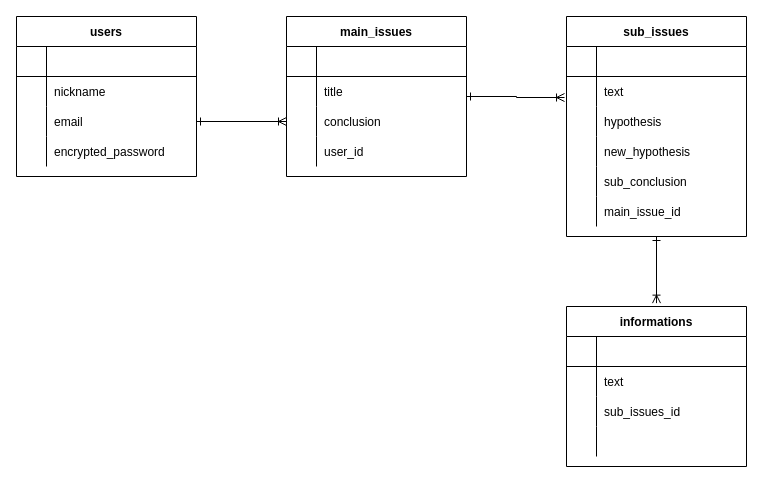
Above: ER.dio in omokun/problem_solving_app (draw.io), before the change. Source tidied: cells renumbered, new cells numbered last; positions are measured from the earlier drawing's top-left corner, leaving out a move shared by most shapes. Both pictures are drawn from the tidied source at 100%, with x=0, y=0 at pixel (16, 16).
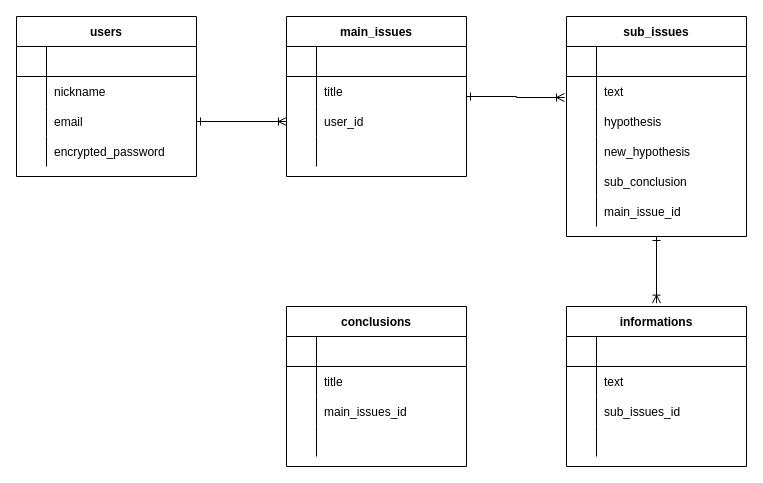
After the change.

The change refers to these unchanged cells:
```xml
<mxCell id="23" style="shape=partialRectangle;fillColor=none;top=0;left=0;bottom=0;right=0;points=[[0,0.5],[1,0.5]];portConstraint=eastwest;" parent="16" vertex="1">
  <mxGeometry y="90" width="180" height="30" as="geometry" />
</mxCell>
<mxCell id="26" style="shape=partialRectangle;fillColor=none;top=0;left=0;bottom=0;right=0;" parent="16" vertex="1">
  <mxGeometry y="120" width="180" height="30" as="geometry" />
</mxCell>
```

Diff of the diagram source:
```diff
@@
-    <mxCell id="25" value="conclusion" style="shape=partialRectangle;fillColor=none;top=0;left=0;bottom=0;right=0;align=left;spacingLeft=6;overflow=hidden;" parent="23" vertex="1">
+    <mxCell id="25" value="user_id" style="shape=partialRectangle;fillColor=none;top=0;left=0;bottom=0;right=0;align=left;spacingLeft=6;overflow=hidden;" parent="23" vertex="1">
       <mxGeometry x="30" width="150" height="30" as="geometry" />
     </mxCell>
@@
-    <mxCell id="28" value="user_id" style="shape=partialRectangle;fillColor=none;top=0;left=0;bottom=0;right=0;align=left;spacingLeft=6;overflow=hidden;" parent="26" vertex="1">
+    <mxCell id="28" style="shape=partialRectangle;fillColor=none;top=0;left=0;bottom=0;right=0;align=left;spacingLeft=6;overflow=hidden;" parent="26" vertex="1">
       <mxGeometry x="30" width="150" height="30" as="geometry" />
     </mxCell>
@@
+    <mxCell id="63" value="conclusions" style="shape=table;startSize=30;childLayout=tableLayout;rowLines=0;fontStyle=1;align=center;" parent="1" vertex="1">
+      <mxGeometry x="270" y="290" width="180" height="160" as="geometry" />
+    </mxCell>
+    <mxCell id="64" style="shape=partialRectangle;fillColor=none;top=0;left=0;bottom=1;right=0;" parent="63" vertex="1">
+      <mxGeometry y="30" width="180" height="30" as="geometry" />
+    </mxCell>
+    <mxCell id="65" style="shape=partialRectangle;fillColor=none;top=0;left=0;bottom=0;right=0;fontStyle=1;overflow=hidden;" parent="64" vertex="1">
+      <mxGeometry width="30" height="30" as="geometry" />
+    </mxCell>
+    <mxCell id="66" style="shape=partialRectangle;fillColor=none;top=0;left=0;bottom=0;right=0;align=left;spacingLeft=6;fontStyle=5;overflow=hidden;" parent="64" vertex="1">
+      <mxGeometry x="30" width="150" height="30" as="geometry" />
+    </mxCell>
+    <mxCell id="67" style="shape=partialRectangle;fillColor=none;top=0;left=0;bottom=0;right=0;" parent="63" vertex="1">
+      <mxGeometry y="60" width="180" height="30" as="geometry" />
+    </mxCell>
+    <mxCell id="68" style="shape=partialRectangle;fillColor=none;top=0;left=0;bottom=0;right=0;overflow=hidden;" parent="67" vertex="1">
+      <mxGeometry width="30" height="30" as="geometry" />
+    </mxCell>
+    <mxCell id="69" value="title" style="shape=partialRectangle;fillColor=none;top=0;left=0;bottom=0;right=0;align=left;spacingLeft=6;overflow=hidden;" parent="67" vertex="1">
+      <mxGeometry x="30" width="150" height="30" as="geometry" />
+    </mxCell>
+    <mxCell id="70" style="shape=partialRectangle;fillColor=none;top=0;left=0;bottom=0;right=0;" parent="63" vertex="1">
+      <mxGeometry y="90" width="180" height="30" as="geometry" />
+    </mxCell>
+    <mxCell id="71" style="shape=partialRectangle;fillColor=none;top=0;left=0;bottom=0;right=0;overflow=hidden;" parent="70" vertex="1">
+      <mxGeometry width="30" height="30" as="geometry" />
+    </mxCell>
+    <mxCell id="72" value="main_issues_id" style="shape=partialRectangle;fillColor=none;top=0;left=0;bottom=0;right=0;align=left;spacingLeft=6;overflow=hidden;" parent="70" vertex="1">
+      <mxGeometry x="30" width="150" height="30" as="geometry" />
+    </mxCell>
+    <mxCell id="73" style="shape=partialRectangle;fillColor=none;top=0;left=0;bottom=0;right=0;" parent="63" vertex="1">
+      <mxGeometry y="120" width="180" height="30" as="geometry" />
+    </mxCell>
+    <mxCell id="74" style="shape=partialRectangle;fillColor=none;top=0;left=0;bottom=0;right=0;overflow=hidden;" parent="73" vertex="1">
+      <mxGeometry width="30" height="30" as="geometry" />
+    </mxCell>
+    <mxCell id="75" style="shape=partialRectangle;fillColor=none;top=0;left=0;bottom=0;right=0;align=left;spacingLeft=6;overflow=hidden;" parent="73" vertex="1">
+      <mxGeometry x="30" width="150" height="30" as="geometry" />
+    </mxCell>
```
